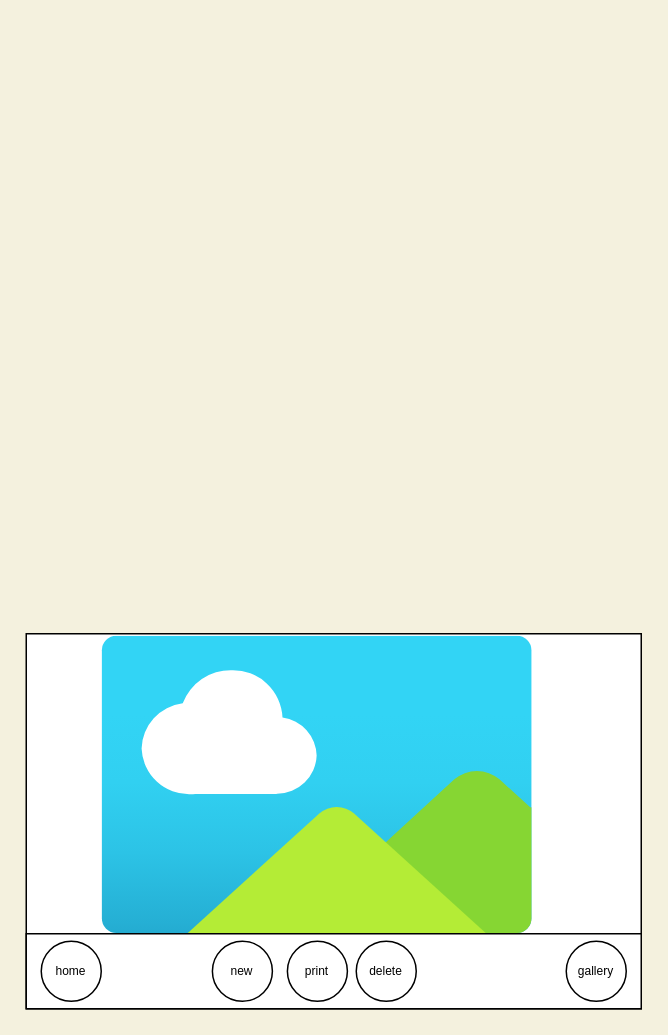
Above: ui_design.drawio in DennisMaass/photobooth (draw.io), before the change. Source tidied: cells renumbered, new cells numbered last; positions are measured from the earlier drawing's top-left corner, leaving out a move shared by most shapes. Both pictures are drawn from the tidied source at 150%, with x=0, y=0 at pixel (26, 633).
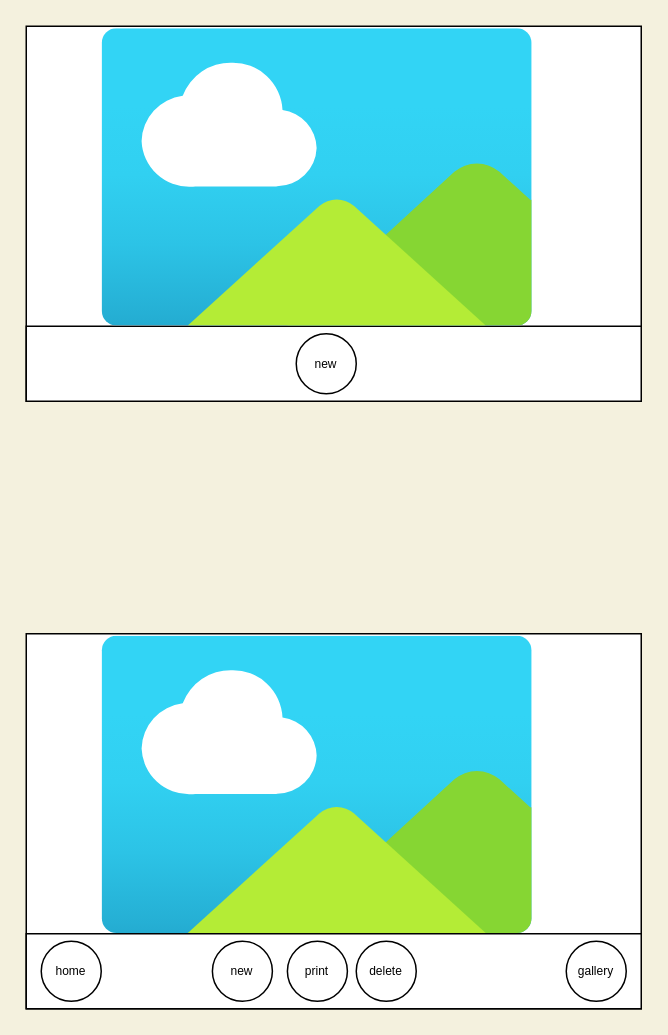
The same page after the edit.

The edit, as a diff of the source:
```diff
@@
 <mxGraphModel background="#F4F1DE">
   <root>
     <mxCell id="0" />
     <mxCell id="1" parent="0" />
     <mxCell id="2" style="rounded=0;whiteSpace=wrap;html=1;" parent="1" vertex="1">
       <mxGeometry width="410" height="250" as="geometry" />
     </mxCell>
     <mxCell id="3" style="rounded=0;whiteSpace=wrap;html=1;" parent="1" vertex="1">
       <mxGeometry y="200" width="410" height="50" as="geometry" />
     </mxCell>
     <mxCell id="4" value="home" style="ellipse;whiteSpace=wrap;html=1;fontSize=8;" parent="1" vertex="1">
       <mxGeometry x="10" y="205" width="40" height="40" as="geometry" />
     </mxCell>
     <mxCell id="5" value="new" style="ellipse;whiteSpace=wrap;html=1;fontSize=8;" parent="1" vertex="1">
       <mxGeometry x="124.1" y="205" width="40" height="40" as="geometry" />
     </mxCell>
     <mxCell id="6" value="delete" style="ellipse;whiteSpace=wrap;html=1;fontSize=8;" parent="1" vertex="1">
       <mxGeometry x="220" y="205" width="40" height="40" as="geometry" />
     </mxCell>
     <mxCell id="7" value="gallery" style="ellipse;whiteSpace=wrap;html=1;fontSize=8;" parent="1" vertex="1">
       <mxGeometry x="360" y="205" width="40" height="40" as="geometry" />
     </mxCell>
     <mxCell id="8" value="print" style="ellipse;whiteSpace=wrap;html=1;fontSize=8;" parent="1" vertex="1">
       <mxGeometry x="174.1" y="205" width="40" height="40" as="geometry" />
     </mxCell>
     <mxCell id="9" style="html=1;align=center;image;fontSize=12;image=img/lib/azure2/general/Image.svg;" parent="1" vertex="1">
       <mxGeometry x="50" y="1.9" width="288.2" height="198.1" as="geometry" />
     </mxCell>
+    <mxCell id="10" style="rounded=0;whiteSpace=wrap;html=1;" parent="1" vertex="1">
+      <mxGeometry y="-405" width="410" height="250" as="geometry" />
+    </mxCell>
+    <mxCell id="11" style="rounded=0;whiteSpace=wrap;html=1;" parent="1" vertex="1">
+      <mxGeometry y="-205" width="410" height="50" as="geometry" />
+    </mxCell>
+    <mxCell id="12" value="new" style="ellipse;whiteSpace=wrap;html=1;fontSize=8;" parent="1" vertex="1">
+      <mxGeometry x="180" y="-200" width="40" height="40" as="geometry" />
+    </mxCell>
+    <mxCell id="13" style="html=1;align=center;image;fontSize=12;image=img/lib/azure2/general/Image.svg;" parent="1" vertex="1">
+      <mxGeometry x="50" y="-403.1" width="288.2" height="198.1" as="geometry" />
+    </mxCell>
   </root>
 </mxGraphModel>
```
